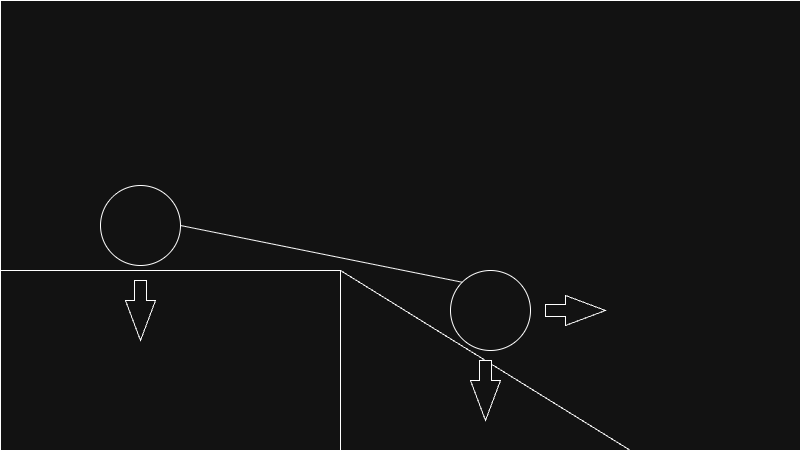
Earlier version of the draw.io export images/Mockup.png (Emil-Gruenwald/AdvProgrammingIndividualProject). Source tidied: cells renumbered, new cells last; positions are measured from the earlier drawing's top-left corner, leaving out a move shared by most shapes.
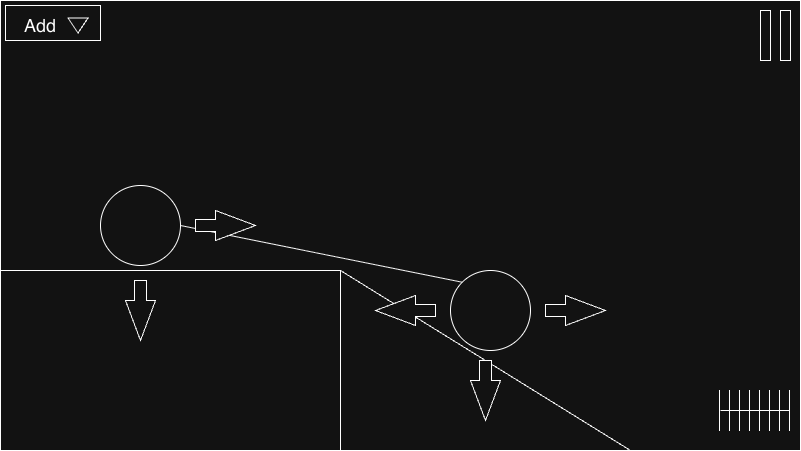
After the change.

What changed in the source:
```diff
@@ -5,6 +5,9 @@
     <mxCell id="2" style="rounded=0;whiteSpace=wrap;html=1;" parent="1" vertex="1">
       <mxGeometry width="800" height="450" as="geometry" />
     </mxCell>
+    <mxCell id="11" style="rounded=0;whiteSpace=wrap;html=1;" parent="1" vertex="1">
+      <mxGeometry x="5" y="5" width="95" height="35" as="geometry" />
+    </mxCell>
     <mxCell id="3" style="rounded=0;whiteSpace=wrap;html=1;" parent="1" vertex="1">
       <mxGeometry y="270" width="340" height="180" as="geometry" />
     </mxCell>
@@ -29,5 +32,40 @@
     <mxCell id="10" style="endArrow=none;html=1;rounded=0;exitX=1;exitY=0.5;exitDx=0;exitDy=0;entryX=0;entryY=0;entryDx=0;entryDy=0;" parent="1" edge="1" source="5" target="6">
       <mxGeometry relative="1" as="geometry" />
     </mxCell>
+    <mxCell id="12" style="html=1;shadow=0;dashed=0;align=center;verticalAlign=middle;shape=mxgraph.arrows2.arrow;dy=0.6;dx=40;direction=south;notch=0;rotation=-90;" parent="1" vertex="1">
+      <mxGeometry x="210" y="195" width="30" height="60" as="geometry" />
+    </mxCell>
+    <mxCell id="13" style="html=1;shadow=0;dashed=0;align=center;verticalAlign=middle;shape=mxgraph.arrows2.arrow;dy=0.6;dx=40;direction=south;notch=0;rotation=90;" parent="1" vertex="1">
+      <mxGeometry x="390" y="280" width="30" height="60" as="geometry" />
+    </mxCell>
+    <mxCell id="14" style="rounded=0;whiteSpace=wrap;html=1;" parent="1" vertex="1">
+      <mxGeometry x="760" y="10" width="10" height="50" as="geometry" />
+    </mxCell>
+    <mxCell id="15" style="rounded=0;whiteSpace=wrap;html=1;" parent="1" vertex="1">
+      <mxGeometry x="780" y="10" width="10" height="50" as="geometry" />
+    </mxCell>
+    <mxCell id="16" value="Add" style="text;html=1;whiteSpace=wrap;strokeColor=none;fillColor=none;align=center;verticalAlign=middle;rounded=0;fontSize=18;" parent="1" vertex="1">
+      <mxGeometry x="10" y="10" width="60" height="30" as="geometry" />
+    </mxCell>
+    <mxCell id="17" style="triangle;whiteSpace=wrap;html=1;rotation=90;" parent="1" vertex="1">
+      <mxGeometry x="70" y="15" width="15" height="20" as="geometry" />
+    </mxCell>
+    <mxCell id="18" style="shape=partialRectangle;whiteSpace=wrap;html=1;top=0;bottom=0;fillColor=none;" parent="1" vertex="1">
+      <mxGeometry x="719" y="390" width="10" height="40" as="geometry" />
+    </mxCell>
+    <mxCell id="19" style="shape=partialRectangle;whiteSpace=wrap;html=1;top=0;bottom=0;fillColor=none;" parent="1" vertex="1">
+      <mxGeometry x="739" y="390" width="10" height="40" as="geometry" />
+    </mxCell>
+    <mxCell id="20" style="shape=partialRectangle;whiteSpace=wrap;html=1;top=0;bottom=0;fillColor=none;" parent="1" vertex="1">
+      <mxGeometry x="779" y="390" width="10" height="40" as="geometry" />
+    </mxCell>
+    <mxCell id="21" style="shape=partialRectangle;whiteSpace=wrap;html=1;top=0;bottom=0;fillColor=none;" parent="1" vertex="1">
+      <mxGeometry x="759" y="390" width="10" height="40" as="geometry" />
+    </mxCell>
+    <mxCell id="22" style="endArrow=none;html=1;rounded=0;entryX=1;entryY=0.5;entryDx=0;entryDy=0;" parent="1" edge="1" target="20">
+      <mxGeometry relative="1" as="geometry">
+        <mxPoint x="720" y="410" as="sourcePoint" />
+      </mxGeometry>
+    </mxCell>
   </root>
 </mxGraphModel>
```
